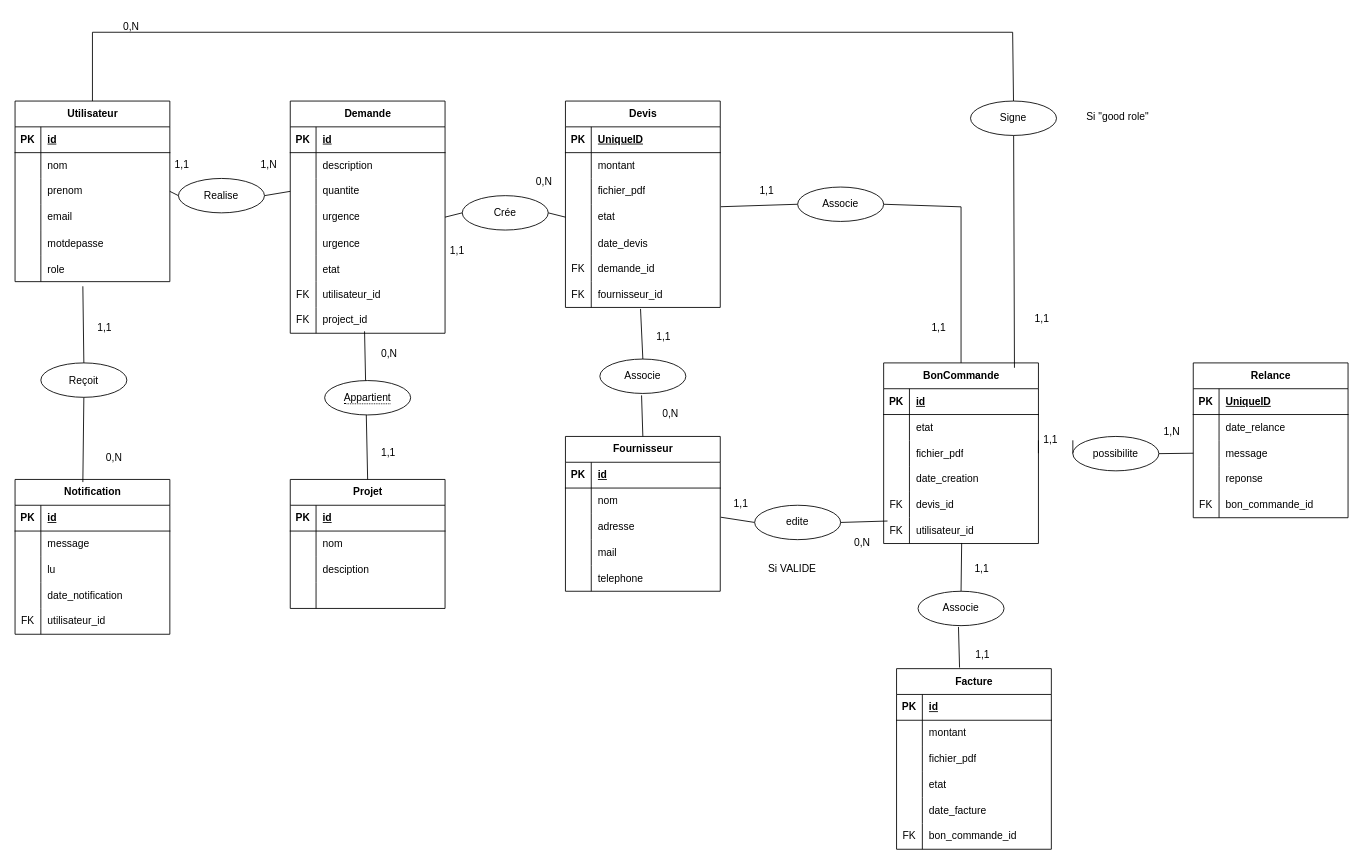
Before: chustage.drawio in JinxYTW/Stage2024, a draw.io diagram. Source tidied: cells renumbered, new cells numbered last; positions are measured from the earlier drawing's top-left corner, leaving out a move shared by most shapes. Both pictures are drawn from the tidied source at 86%, with x=0, y=0 at pixel (15, 15).
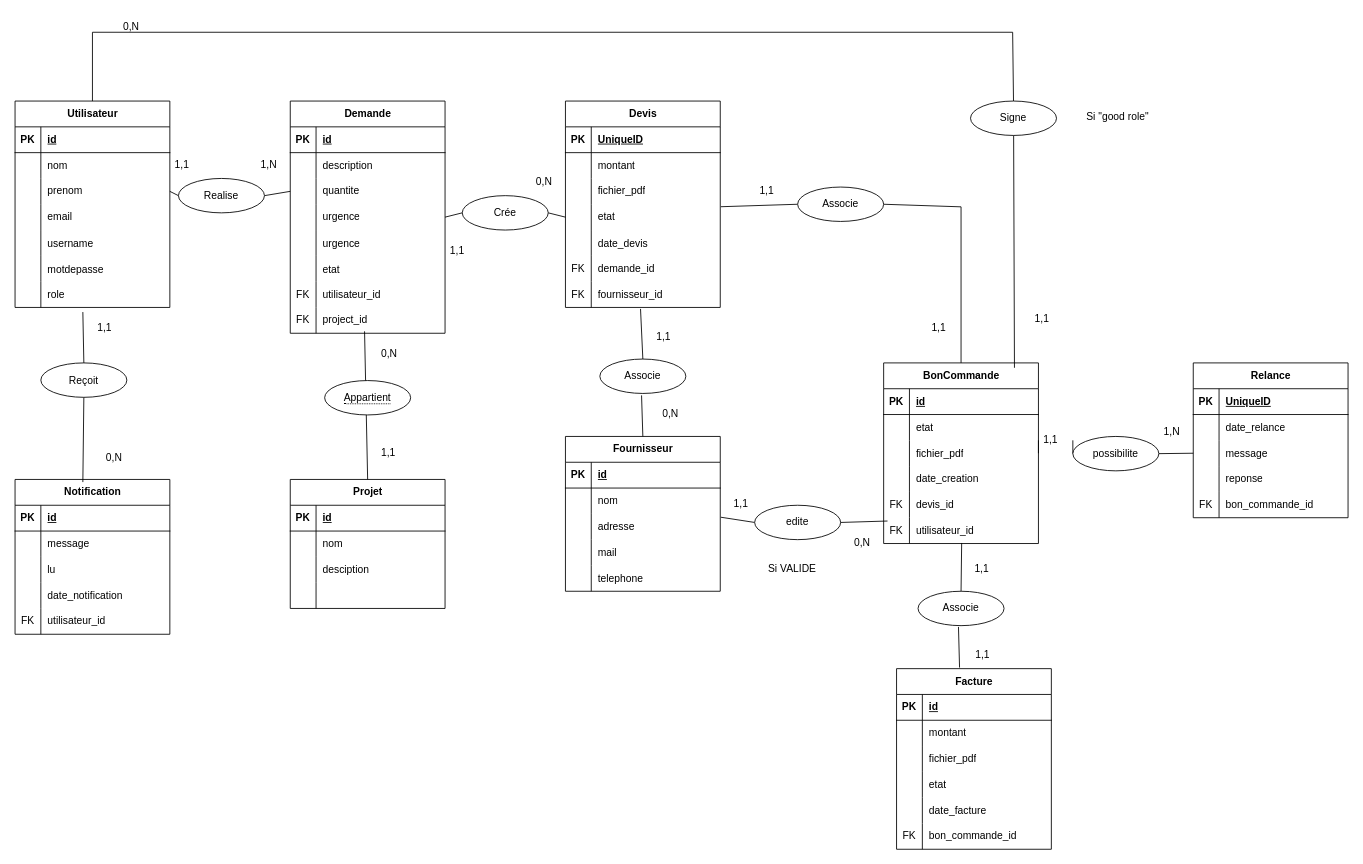
Above is the later version.

Diff of the diagram source:
```diff
@@
     <mxCell id="2" value="Utilisateur" style="shape=table;startSize=30;childLayout=tableLayout;rowLines=0;fontStyle=1;align=center;html=1;" parent="1" vertex="1">
-      <mxGeometry y="100" width="180" height="210" as="geometry" />
+      <mxGeometry y="100" width="180" height="240" as="geometry" />
     </mxCell>
@@
+    <mxCell id="219" style="shape=tableRow;horizontal=0;startSize=0;swimlaneHead=0;swimlaneBody=0;fillColor=none;top=0;left=0;right=0;bottom=0;" parent="2" vertex="1">
+      <mxGeometry y="150" width="180" height="30" as="geometry" />
+    </mxCell>
+    <mxCell id="220" style="shape=partialRectangle;fillColor=none;top=0;left=0;bottom=0;right=0;overflow=hidden;" parent="219" vertex="1">
+      <mxGeometry width="30" height="30" as="geometry" />
+    </mxCell>
+    <mxCell id="221" value="username" style="shape=partialRectangle;fillColor=none;top=0;left=0;bottom=0;right=0;align=left;spacingLeft=6;overflow=hidden;" parent="219" vertex="1">
+      <mxGeometry x="30" width="150" height="30" as="geometry" />
+    </mxCell>
     <mxCell id="15" style="shape=tableRow;horizontal=0;startSize=0;swimlaneHead=0;swimlaneBody=0;fillColor=none;top=0;left=0;right=0;bottom=0;" parent="2" vertex="1">
-      <mxGeometry y="150" width="180" height="30" as="geometry" />
+      <mxGeometry y="180" width="180" height="30" as="geometry" />
     </mxCell>
@@
     <mxCell id="18" style="shape=tableRow;horizontal=0;startSize=0;swimlaneHead=0;swimlaneBody=0;fillColor=none;points=[[0,0.5],[1,0.5]];portConstraint=eastwest;top=0;left=0;right=0;bottom=0;" parent="2" vertex="1">
-      <mxGeometry y="180" width="180" height="30" as="geometry" />
+      <mxGeometry y="210" width="180" height="30" as="geometry" />
     </mxCell>
```
